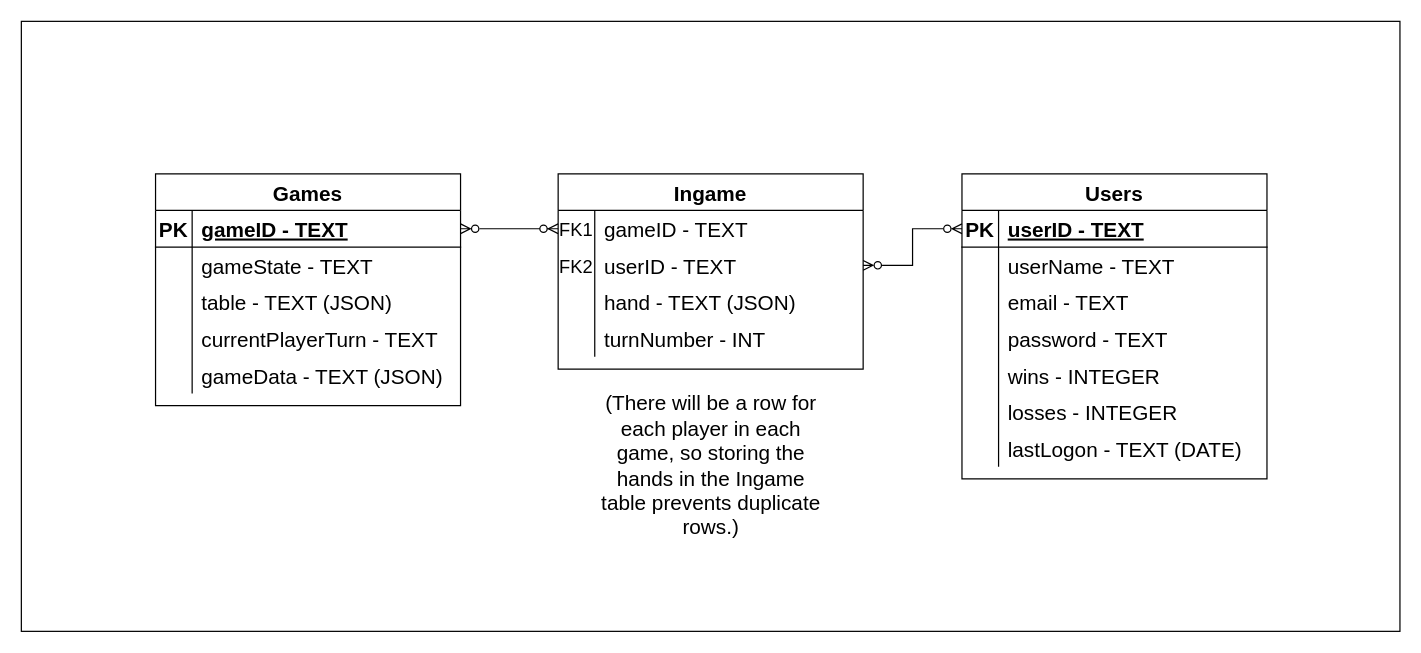
wiz-rd/Rummikub keeps this draw.io diagram as ER_Diagram_Drawio.drawio. Above is the earlier version. Source tidied: cells renumbered, new cells numbered last; positions are measured from the earlier drawing's top-left corner, leaving out a move shared by most shapes. Both pictures are drawn from the tidied source at 122%, with x=0, y=0 at pixel (21, 21).
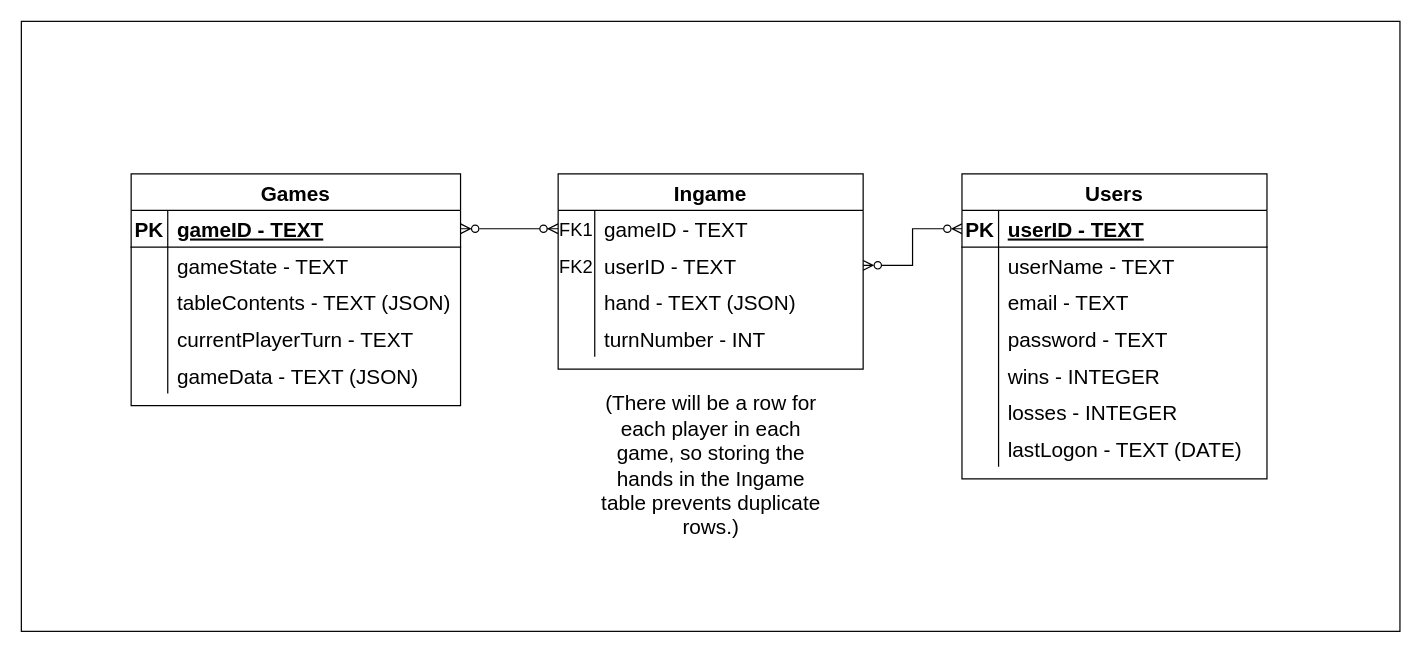
The same page after the edit.

Commit message (it also covers changes not shown here):
Cleaned up some imports and updated diagram

Diff of the diagram source:
```diff
@@
     <mxCell id="39" value="Games" style="shape=table;startSize=30;childLayout=tableLayout;rowLines=0;fontStyle=1;align=center;fontSize=17;" parent="1" vertex="1">
-      <mxGeometry x="110" y="125" width="250" height="190" as="geometry" />
+      <mxGeometry x="90" y="125" width="270" height="190" as="geometry" />
     </mxCell>
     <mxCell id="40" style="shape=partialRectangle;fillColor=none;points=[[0,0.5],[1,0.5]];portConstraint=eastwest;top=0;left=0;right=0;bottom=1;fontSize=17;" parent="39" vertex="1">
-      <mxGeometry y="30" width="250" height="30" as="geometry" />
+      <mxGeometry y="30" width="270" height="30" as="geometry" />
     </mxCell>
@@
     <mxCell id="42" value="gameID - TEXT" style="shape=partialRectangle;overflow=hidden;fillColor=none;top=0;left=0;bottom=0;right=0;align=left;spacingLeft=6;fontStyle=5;fontSize=17;" parent="40" vertex="1">
-      <mxGeometry x="30" width="220" height="30" as="geometry" />
+      <mxGeometry x="30" width="240" height="30" as="geometry" />
     </mxCell>
     <mxCell id="43" style="shape=partialRectangle;fillColor=none;top=0;left=0;right=0;bottom=0;fontSize=17;" parent="39" vertex="1">
-      <mxGeometry y="60" width="250" height="30" as="geometry" />
+      <mxGeometry y="60" width="270" height="30" as="geometry" />
     </mxCell>
@@
     <mxCell id="45" value="gameState - TEXT" style="shape=partialRectangle;overflow=hidden;fillColor=none;top=0;left=0;bottom=0;right=0;align=left;spacingLeft=6;fontSize=17;" parent="43" vertex="1">
-      <mxGeometry x="30" width="220" height="30" as="geometry" />
+      <mxGeometry x="30" width="240" height="30" as="geometry" />
     </mxCell>
     <mxCell id="46" style="shape=partialRectangle;fillColor=none;top=0;left=0;right=0;bottom=0;fontSize=17;" parent="39" vertex="1">
-      <mxGeometry y="90" width="250" height="30" as="geometry" />
+      <mxGeometry y="90" width="270" height="30" as="geometry" />
     </mxCell>
@@
-    <mxCell id="48" value="table - TEXT (JSON)" style="shape=partialRectangle;overflow=hidden;fillColor=none;top=0;left=0;bottom=0;right=0;align=left;spacingLeft=6;fontSize=17;" parent="46" vertex="1">
-      <mxGeometry x="30" width="220" height="30" as="geometry" />
+    <mxCell id="48" value="tableContents - TEXT (JSON)" style="shape=partialRectangle;overflow=hidden;fillColor=none;top=0;left=0;bottom=0;right=0;align=left;spacingLeft=6;fontSize=17;" parent="46" vertex="1">
+      <mxGeometry x="30" width="240" height="30" as="geometry" />
     </mxCell>
     <mxCell id="49" style="shape=partialRectangle;fillColor=none;top=0;left=0;right=0;bottom=0;fontSize=17;" parent="39" vertex="1">
-      <mxGeometry y="120" width="250" height="30" as="geometry" />
+      <mxGeometry y="120" width="270" height="30" as="geometry" />
     </mxCell>
@@
     <mxCell id="51" value="currentPlayerTurn - TEXT" style="shape=partialRectangle;overflow=hidden;fillColor=none;top=0;left=0;bottom=0;right=0;align=left;spacingLeft=6;fontSize=17;" parent="49" vertex="1">
-      <mxGeometry x="30" width="220" height="30" as="geometry" />
+      <mxGeometry x="30" width="240" height="30" as="geometry" />
     </mxCell>
     <mxCell id="52" style="shape=partialRectangle;fillColor=none;top=0;left=0;right=0;bottom=0;fontSize=17;" parent="39" vertex="1">
-      <mxGeometry y="150" width="250" height="30" as="geometry" />
+      <mxGeometry y="150" width="270" height="30" as="geometry" />
     </mxCell>
@@
     <mxCell id="54" value="gameData - TEXT (JSON)" style="shape=partialRectangle;overflow=hidden;fillColor=none;top=0;left=0;bottom=0;right=0;align=left;spacingLeft=6;fontSize=17;" parent="52" vertex="1">
-      <mxGeometry x="30" width="220" height="30" as="geometry" />
+      <mxGeometry x="30" width="240" height="30" as="geometry" />
     </mxCell>
```
